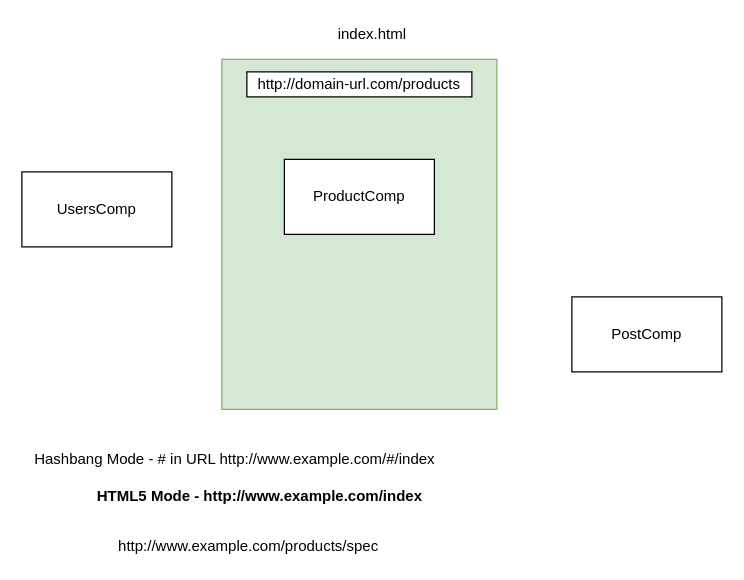
This is page "Page-15" (15 of 15) of refs/diagrams.drawio from synergy2411/citius-jan22, a draw.io file, before an edit. Source tidied: cells renumbered, new cells numbered last; positions are measured from the earlier drawing's top-left corner, leaving out a move shared by most shapes. Both pictures are drawn from the tidied source at 125%, with x=0, y=0 at pixel (21, 21).
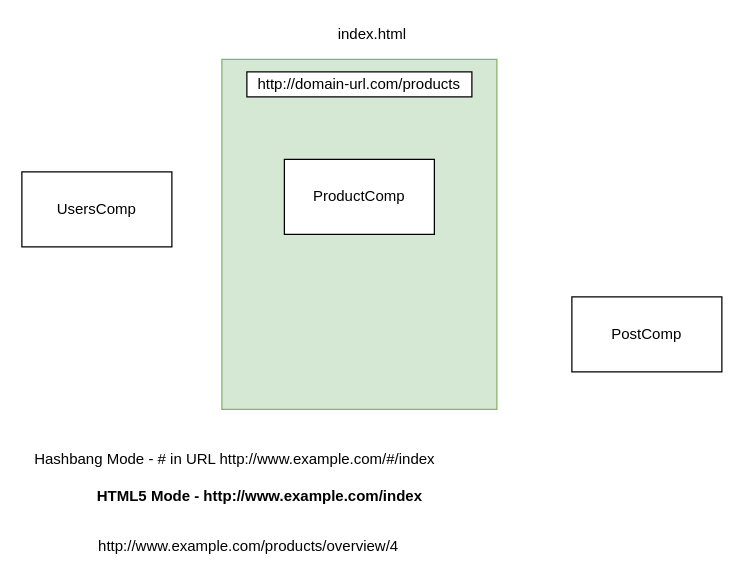
After the change.

Diff of the diagram source:
```diff
@@
 <mxGraphModel>
   <root>
     <mxCell id="0" />
     <mxCell id="1" parent="0" />
     <mxCell id="2" style="rounded=0;whiteSpace=wrap;html=1;fillColor=#d5e8d4;strokeColor=#82b366;" parent="1" vertex="1">
       <mxGeometry x="160" y="30" width="220" height="280" as="geometry" />
     </mxCell>
     <mxCell id="3" value="index.html" style="text;html=1;align=center;verticalAlign=middle;strokeColor=none;fillColor=none;" parent="1" vertex="1">
       <mxGeometry x="245" width="70" height="20" as="geometry" />
     </mxCell>
     <mxCell id="4" value="http://domain-url.com/products" style="rounded=0;whiteSpace=wrap;html=1;" parent="1" vertex="1">
       <mxGeometry x="180" y="40" width="180" height="20" as="geometry" />
     </mxCell>
     <mxCell id="5" value="UsersComp" style="rounded=0;whiteSpace=wrap;html=1;" parent="1" vertex="1">
       <mxGeometry y="120" width="120" height="60" as="geometry" />
     </mxCell>
     <mxCell id="6" value="ProductComp" style="rounded=0;whiteSpace=wrap;html=1;" parent="1" vertex="1">
       <mxGeometry x="210" y="110" width="120" height="60" as="geometry" />
     </mxCell>
     <mxCell id="7" value="PostComp" style="rounded=0;whiteSpace=wrap;html=1;" parent="1" vertex="1">
       <mxGeometry x="440" y="220" width="120" height="60" as="geometry" />
     </mxCell>
     <mxCell id="8" value="Hashbang Mode - # in URL http://www.example.com/#/index" style="text;html=1;align=center;verticalAlign=middle;strokeColor=none;fillColor=none;" parent="1" vertex="1">
       <mxGeometry y="340" width="340" height="20" as="geometry" />
     </mxCell>
     <mxCell id="9" value="&lt;b&gt;HTML5 Mode - http://www.example.com/index&lt;/b&gt;" style="text;html=1;align=center;verticalAlign=middle;strokeColor=none;fillColor=none;" parent="1" vertex="1">
       <mxGeometry x="50" y="370" width="280" height="20" as="geometry" />
     </mxCell>
-    <mxCell id="10" value="http://www.example.com/products/spec" style="text;html=1;align=center;verticalAlign=middle;strokeColor=none;fillColor=none;" parent="1" vertex="1">
-      <mxGeometry x="71" y="410" width="220" height="20" as="geometry" />
+    <mxCell id="10" value="http://www.example.com/products/overview/4" style="text;html=1;align=center;verticalAlign=middle;strokeColor=none;fillColor=none;" parent="1" vertex="1">
+      <mxGeometry x="51" y="410" width="260" height="20" as="geometry" />
     </mxCell>
   </root>
 </mxGraphModel>
```
